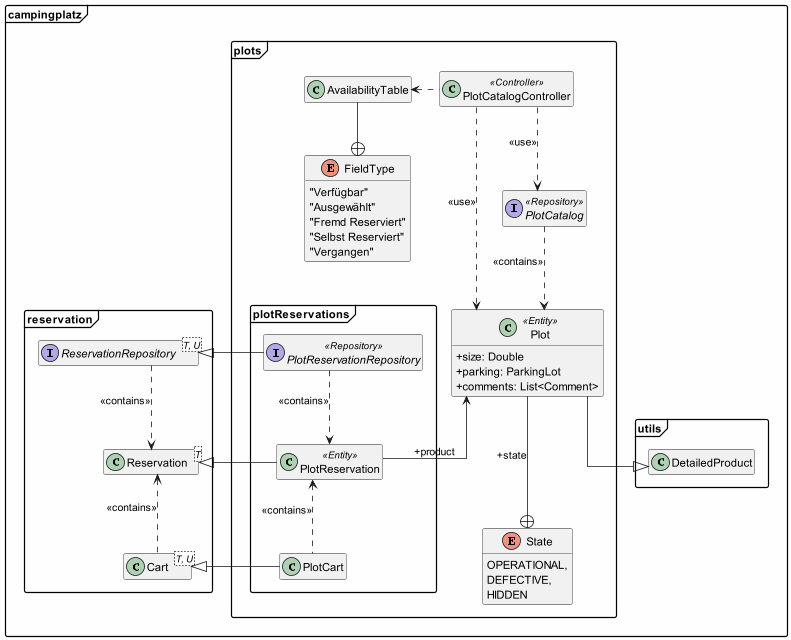
Earlier version of the PlantUML export src/main/asciidoc/models/design/EKD_plots_kompakt.png (ShadowPaint-SP/Softwaretechnologieprojekt). The source it was exported from:
```plantuml
@startuml
hide empty fields
hide empty methods
skinparam classAttributeIconSize 0
skinparam linetype ortho
skinparam BackgroundColor #FEFEFE
allowmixing
skinparam packageStyle Frame


package campingplatz {
    package plots {

        class AvailabilityTable {
        }

        enum FieldType{
            "Verfügbar"
            "Ausgewählt"
            "Fremd Reserviert"
            "Selbst Reserviert"
            "Vergangen"
         }

        enum State{
            OPERATIONAL,
            DEFECTIVE,
            HIDDEN
        }
        class Plot<<Entity>>{
            +size: Double
            +parking: ParkingLot
            +comments: List<Comment>
        }
        interface PlotCatalog<<Repository>>{

        }

        class PlotCatalogController<<Controller>> {

        }

        package plotReservations {

            class PlotCart {

            }

            class PlotReservation<<Entity>>{

            }

            interface PlotReservationRepository<<Repository>> {

            }

        }
    }

    package reservation {
        class Cart<T, U> {

        }

        class Reservation<T> {

        }

        interface ReservationRepository<T, U> {

        }
    }
}

PlotCatalogController .left.> AvailabilityTable
AvailabilityTable -down-+ FieldType

PlotCatalogController .down.> PlotCatalog: <<use>>
PlotCatalogController .down.> Plot: <<use>>
PlotCatalog .down.> Plot: <<contains>>

PlotCart -left-|> campingplatz.reservation.Cart
PlotReservation -left-|> campingplatz.reservation.Reservation
PlotReservationRepository -left-|> campingplatz.reservation.ReservationRepository

Cart .up.> Reservation: <<contains>>
PlotCart .up.> PlotReservation: <<contains>>
ReservationRepository .down.> Reservation: <<contains>>
PlotReservationRepository .down.> PlotReservation: <<contains>>

Plot ---+ State: +state
Plot --> PlotReservation: +product
Plot --|> campingplatz.utils.DetailedProduct







@enduml
```
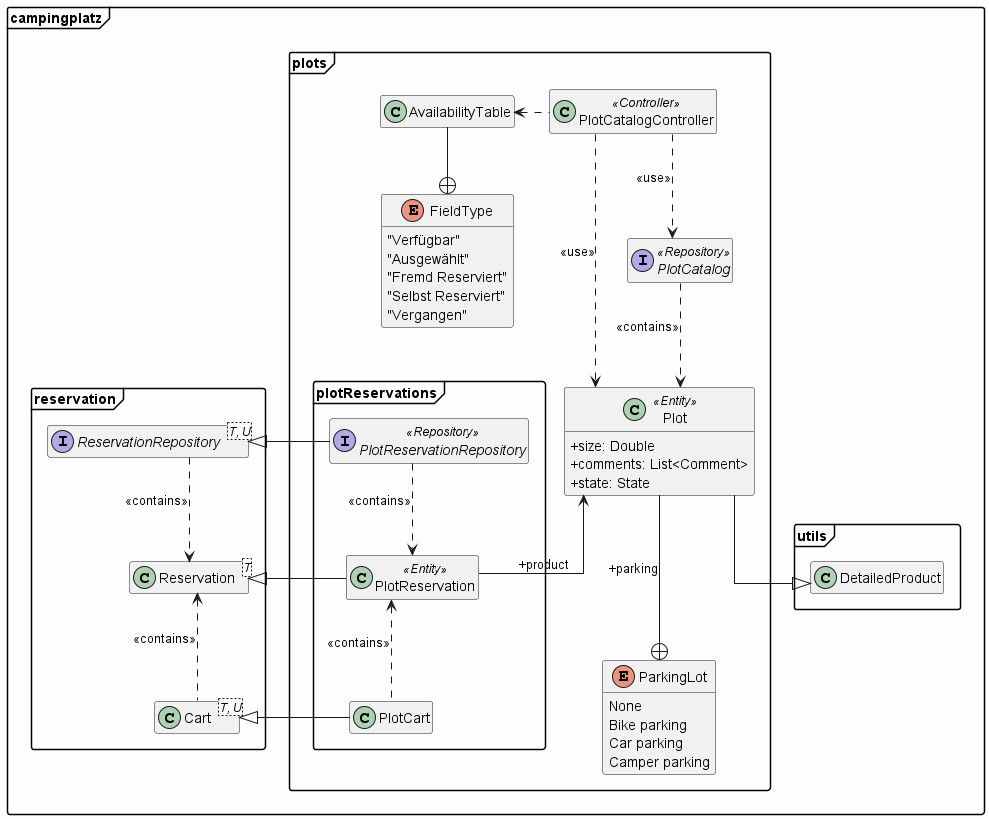
The same file after the commit.

Commit message:
change enum in UML from state to parking

What changed in the source:
```diff
@@ -6,7 +6,6 @@
 skinparam BackgroundColor #FEFEFE
 allowmixing
 skinparam packageStyle Frame
-
 
 package campingplatz {
     package plots {
@@ -22,15 +21,16 @@
             "Vergangen"
          }
 
-        enum State{
-            OPERATIONAL,
-            DEFECTIVE,
-            HIDDEN
+        enum ParkingLot {
+            None
+            Bike parking
+            Car parking
+            Camper parking
         }
         class Plot<<Entity>>{
             +size: Double
-            +parking: ParkingLot
             +comments: List<Comment>
+            +state: State
         }
         interface PlotCatalog<<Repository>>{
 
@@ -88,9 +88,9 @@
 ReservationRepository .down.> Reservation: <<contains>>
 PlotReservationRepository .down.> PlotReservation: <<contains>>
 
-Plot ---+ State: +state
+Plot --|> campingplatz.utils.DetailedProduct
+Plot ---+ ParkingLot: +parking
 Plot --> PlotReservation: +product
-Plot --|> campingplatz.utils.DetailedProduct
 
 
 
```
